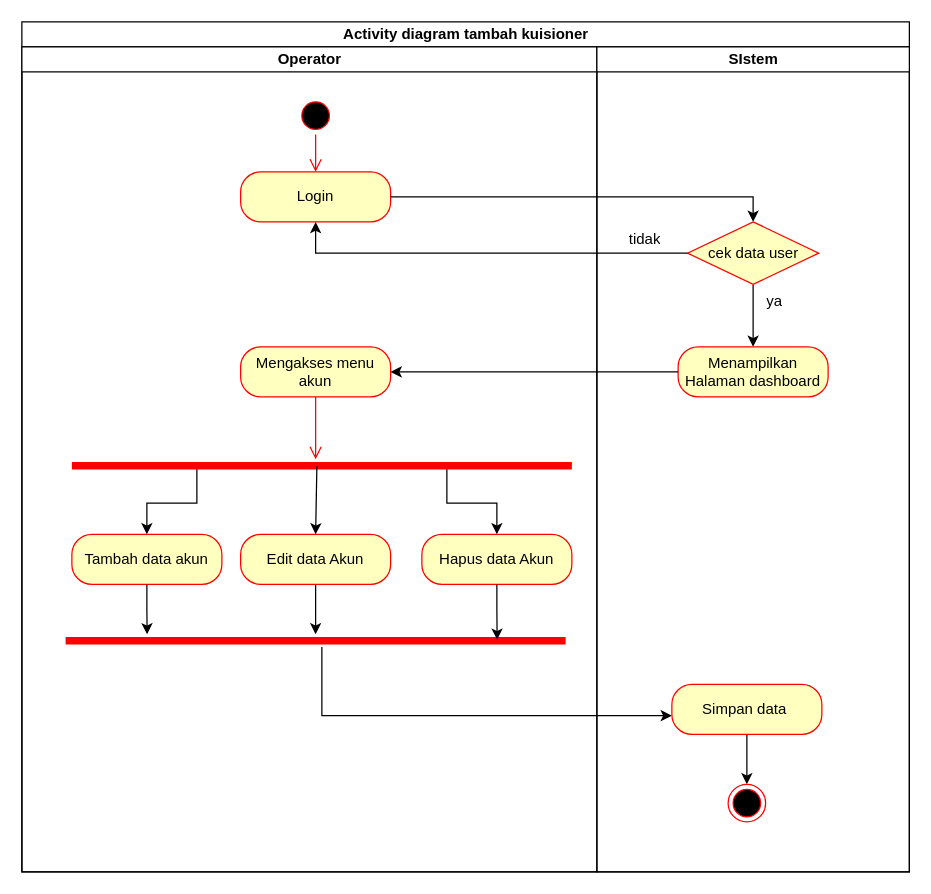
Above: Activity_diagram_kelola_akun.drawio in zzarr/Tugas-Akhir (draw.io), before the change. Source tidied: cells renumbered, new cells numbered last; positions are measured from the earlier drawing's top-left corner, leaving out a move shared by most shapes. Both pictures are drawn from the tidied source at 125%, with x=0, y=0 at pixel (21, 21).
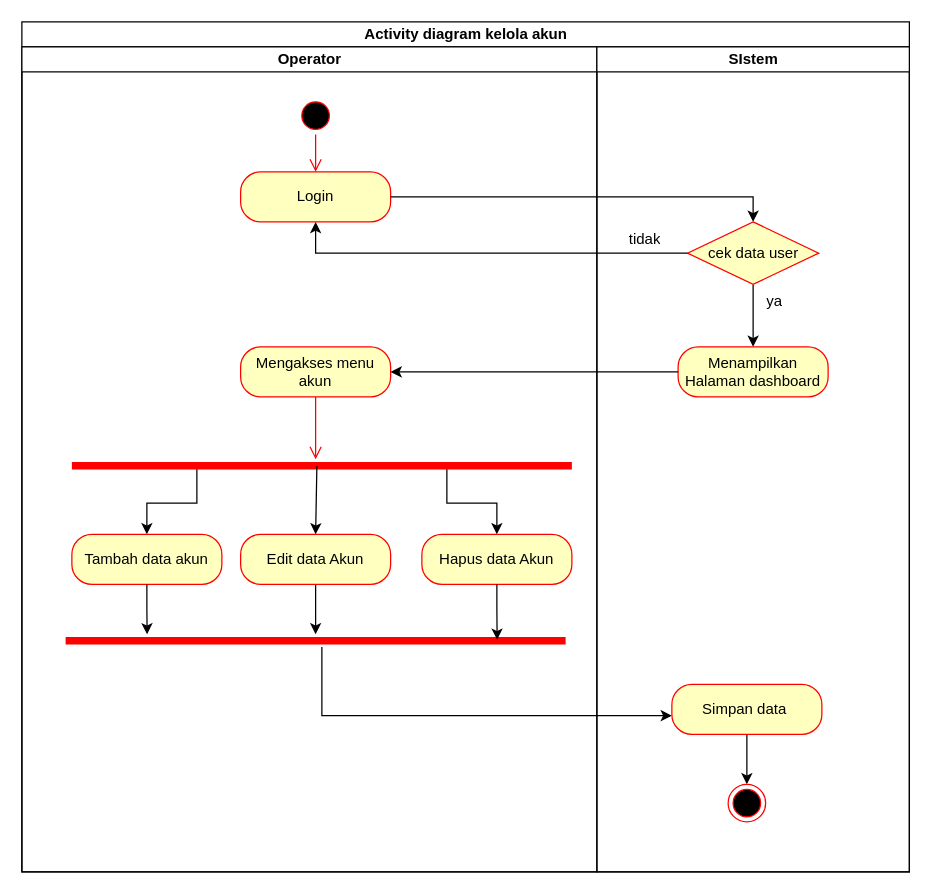
After the change.

The edit, as a diff of the source:
```diff
@@
-    <mxCell id="2" value="Activity diagram tambah kuisioner" style="swimlane;startSize=20;html=1;" parent="1" vertex="1">
+    <mxCell id="2" value="Activity diagram kelola akun" style="swimlane;startSize=20;html=1;" parent="1" vertex="1">
       <mxGeometry width="710" height="680" as="geometry" />
     </mxCell>
```
